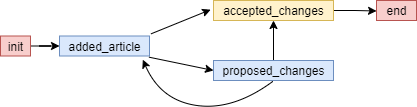
The draw.io diagram chaincode/design/images/Article_Drafting_State_v03.drawio.png in sfl0r3nz05/NLP-DLT, before a commit. Source tidied: cells renumbered, new cells last; positions are measured from the earlier drawing's top-left corner, leaving out a move shared by most shapes.
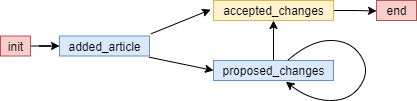
The same diagram one commit later.

Change to the diagram source:
```diff
@@ -32,11 +32,14 @@
     <mxCell id="11" style="edgeStyle=none;rounded=0;jettySize=auto;html=1;entryX=0;entryY=0.5;entryDx=0;entryDy=0;entryPerimeter=0;exitX=0.994;exitY=1.058;exitDx=0;exitDy=0;exitPerimeter=0;" parent="1" edge="1" source="3" target="10">
       <mxGeometry relative="1" as="geometry" />
     </mxCell>
-    <mxCell id="12" style="jettySize=auto;html=1;curved=1;sourcePerimeterSpacing=5;targetPerimeterSpacing=5;exitX=0.926;exitY=1.183;exitDx=0;exitDy=0;exitPerimeter=0;startArrow=classic;startFill=1;endArrow=none;endFill=0;entryX=0.495;entryY=1.042;entryDx=0;entryDy=0;entryPerimeter=0;" parent="1" edge="1" source="3" target="10">
+    <mxCell id="12" style="orthogonalLoop=1;jettySize=auto;html=1;curved=1;sourcePerimeterSpacing=5;targetPerimeterSpacing=5;startArrow=classic;startFill=1;endArrow=none;endFill=0;entryX=0.617;entryY=0;entryDx=0;entryDy=0;entryPerimeter=0;exitX=0.603;exitY=1.06;exitDx=0;exitDy=0;exitPerimeter=0;" parent="1" edge="1" source="10" target="10">
       <mxGeometry relative="1" as="geometry">
         <Array as="points">
-          <mxPoint x="160" y="100" />
-          <mxPoint x="233" y="110" />
+          <mxPoint x="310" y="100" />
+          <mxPoint x="350" y="100" />
+          <mxPoint x="370" y="70" />
+          <mxPoint x="350" y="40" />
+          <mxPoint x="310" y="40" />
         </Array>
       </mxGeometry>
     </mxCell>
```
